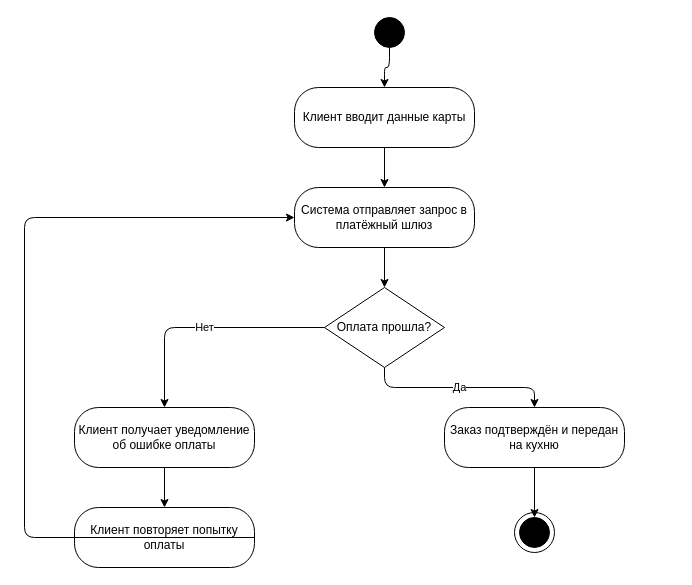
This is lab1/diagrams/activity.drawio from vladsnegg/visual-programming-labs-Sniahurski, a draw.io file, before an edit. Source tidied: cells renumbered, new cells numbered last; positions are measured from the earlier drawing's top-left corner, leaving out a move shared by most shapes. Both pictures are drawn from the tidied source at 100%, with x=0, y=0 at pixel (24, 17).
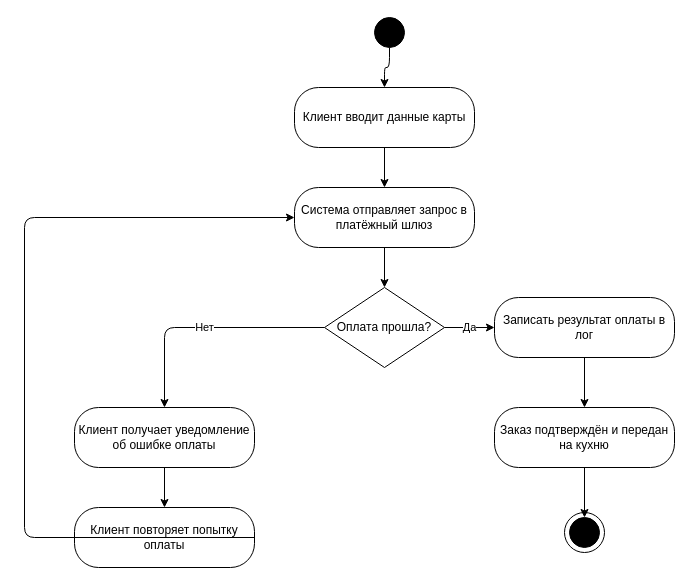
The same diagram, later.

Commit message (it also covers changes not shown here):
Update diagrams: add minor elements for diff demonstration

Unchanged cells that the change refers to:
```xml
<mxCell id="5" value="Оплата прошла?" style="rhombus;whiteSpace=wrap;html=1;" parent="1" vertex="1">
  <mxGeometry x="300" y="270" width="120" height="80" as="geometry" />
</mxCell>
```

What changed in the source:
```diff
@@
+    <mxCell id="19" value="Записать результат оплаты в лог" style="rounded=1;whiteSpace=wrap;html=1;arcSize=40;" parent="1" vertex="1">
+      <mxGeometry x="470" y="280" width="180" height="60" as="geometry" />
+    </mxCell>
     <mxCell id="6" value="Заказ подтверждён и передан на кухню" style="rounded=1;whiteSpace=wrap;html=1;arcSize=40;" parent="1" vertex="1">
-      <mxGeometry x="420" y="390" width="180" height="60" as="geometry" />
+      <mxGeometry x="470" y="390" width="180" height="60" as="geometry" />
     </mxCell>
@@
     <mxCell id="9" style="ellipse;whiteSpace=wrap;html=1;fillColor=#000000;strokeColor=#000000;" parent="1" vertex="1">
-      <mxGeometry x="495" y="500" width="30" height="30" as="geometry" />
+      <mxGeometry x="545" y="500" width="30" height="30" as="geometry" />
     </mxCell>
     <mxCell id="10" style="ellipse;whiteSpace=wrap;html=1;fillColor=none;strokeColor=#000000;" parent="1" vertex="1">
-      <mxGeometry x="490" y="495" width="40" height="40" as="geometry" />
+      <mxGeometry x="540" y="495" width="40" height="40" as="geometry" />
     </mxCell>
@@
-    <mxCell id="14" value="Да" style="edgeStyle=orthogonalEdgeStyle;html=1;" parent="1" edge="1" source="5" target="6">
+    <mxCell id="14" value="Да" style="edgeStyle=orthogonalEdgeStyle;html=1;" parent="1" edge="1" source="5" target="19">
       <mxGeometry relative="1" as="geometry" />
     </mxCell>
+    <mxCell id="20" style="edgeStyle=orthogonalEdgeStyle;html=1;" parent="1" edge="1" source="19" target="6">
+      <mxGeometry relative="1" as="geometry" />
+    </mxCell>
```
